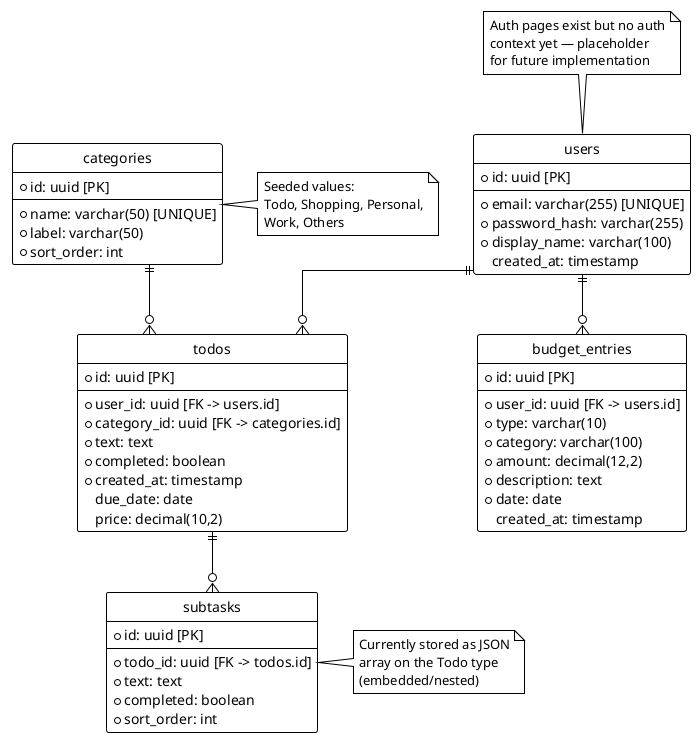
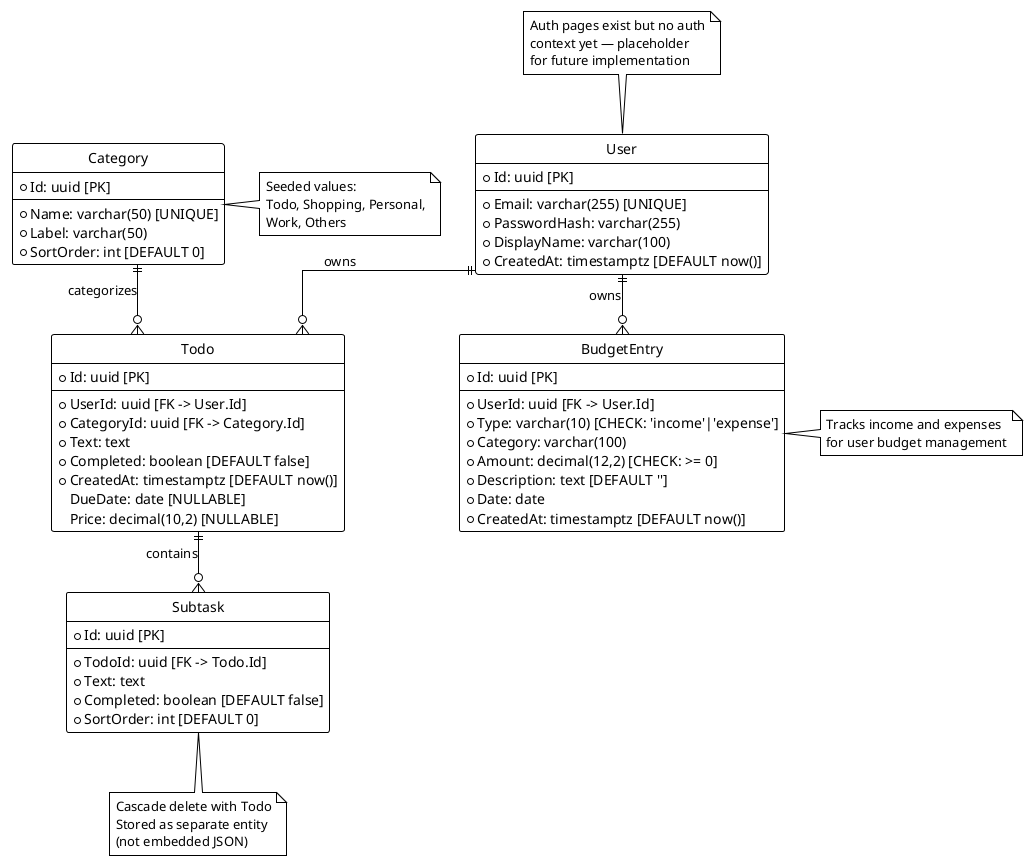
@startuml
!theme plain

hide circle
skinparam linetype ortho

- entity users {
-   * id: uuid [PK]
+ entity User {
+   * Id: uuid [PK]
  --
-   * email: varchar(255) [UNIQUE]
-   * password_hash: varchar(255)
-   * display_name: varchar(100)
-   created_at: timestamp
+   * Email: varchar(255) [UNIQUE]
+   * PasswordHash: varchar(255)
+   * DisplayName: varchar(100)
+   * CreatedAt: timestamptz [DEFAULT now()]
}

- entity categories {
-   * id: uuid [PK]
+ entity Category {
+   * Id: uuid [PK]
  --
-   * name: varchar(50) [UNIQUE]
-   * label: varchar(50)
-   * sort_order: int
+   * Name: varchar(50) [UNIQUE]
+   * Label: varchar(50)
+   * SortOrder: int [DEFAULT 0]
}

- entity todos {
-   * id: uuid [PK]
+ entity Todo {
+   * Id: uuid [PK]
  --
-   * user_id: uuid [FK -> users.id]
-   * category_id: uuid [FK -> categories.id]
-   * text: text
-   * completed: boolean
-   * created_at: timestamp
-   due_date: date
-   price: decimal(10,2)
+   * UserId: uuid [FK -> User.Id]
+   * CategoryId: uuid [FK -> Category.Id]
+   * Text: text
+   * Completed: boolean [DEFAULT false]
+   * CreatedAt: timestamptz [DEFAULT now()]
+   DueDate: date [NULLABLE]
+   Price: decimal(10,2) [NULLABLE]
}

- entity subtasks {
-   * id: uuid [PK]
+ entity Subtask {
+   * Id: uuid [PK]
  --
-   * todo_id: uuid [FK -> todos.id]
-   * text: text
-   * completed: boolean
-   * sort_order: int
+   * TodoId: uuid [FK -> Todo.Id]
+   * Text: text
+   * Completed: boolean [DEFAULT false]
+   * SortOrder: int [DEFAULT 0]
}

- entity budget_entries {
-   * id: uuid [PK]
+ entity BudgetEntry {
+   * Id: uuid [PK]
  --
-   * user_id: uuid [FK -> users.id]
-   * type: varchar(10)
-   * category: varchar(100)
-   * amount: decimal(12,2)
-   * description: text
-   * date: date
-   created_at: timestamp
+   * UserId: uuid [FK -> User.Id]
+   * Type: varchar(10) [CHECK: 'income'|'expense']
+   * Category: varchar(100)
+   * Amount: decimal(12,2) [CHECK: >= 0]
+   * Description: text [DEFAULT '']
+   * Date: date
+   * CreatedAt: timestamptz [DEFAULT now()]
}

- users ||--o{ todos
- users ||--o{ budget_entries
- categories ||--o{ todos
- todos ||--o{ subtasks
+ User ||--o{ Todo : owns
+ User ||--o{ BudgetEntry : owns
+ Category ||--o{ Todo : categorizes
+ Todo ||--o{ Subtask : contains

- note top of users
+ note top of User
  Auth pages exist but no auth
  context yet — placeholder
  for future implementation
end note

- note right of categories
+ note right of Category
  Seeded values:
  Todo, Shopping, Personal,
  Work, Others
end note

- note right of subtasks
-   Currently stored as JSON
-   array on the Todo type
-   (embedded/nested)
+ note right of BudgetEntry
+   Tracks income and expenses
+   for user budget management
+ end note
+ 
+ note bottom of Subtask
+   Cascade delete with Todo
+   Stored as separate entity
+   (not embedded JSON)
end note
@enduml
